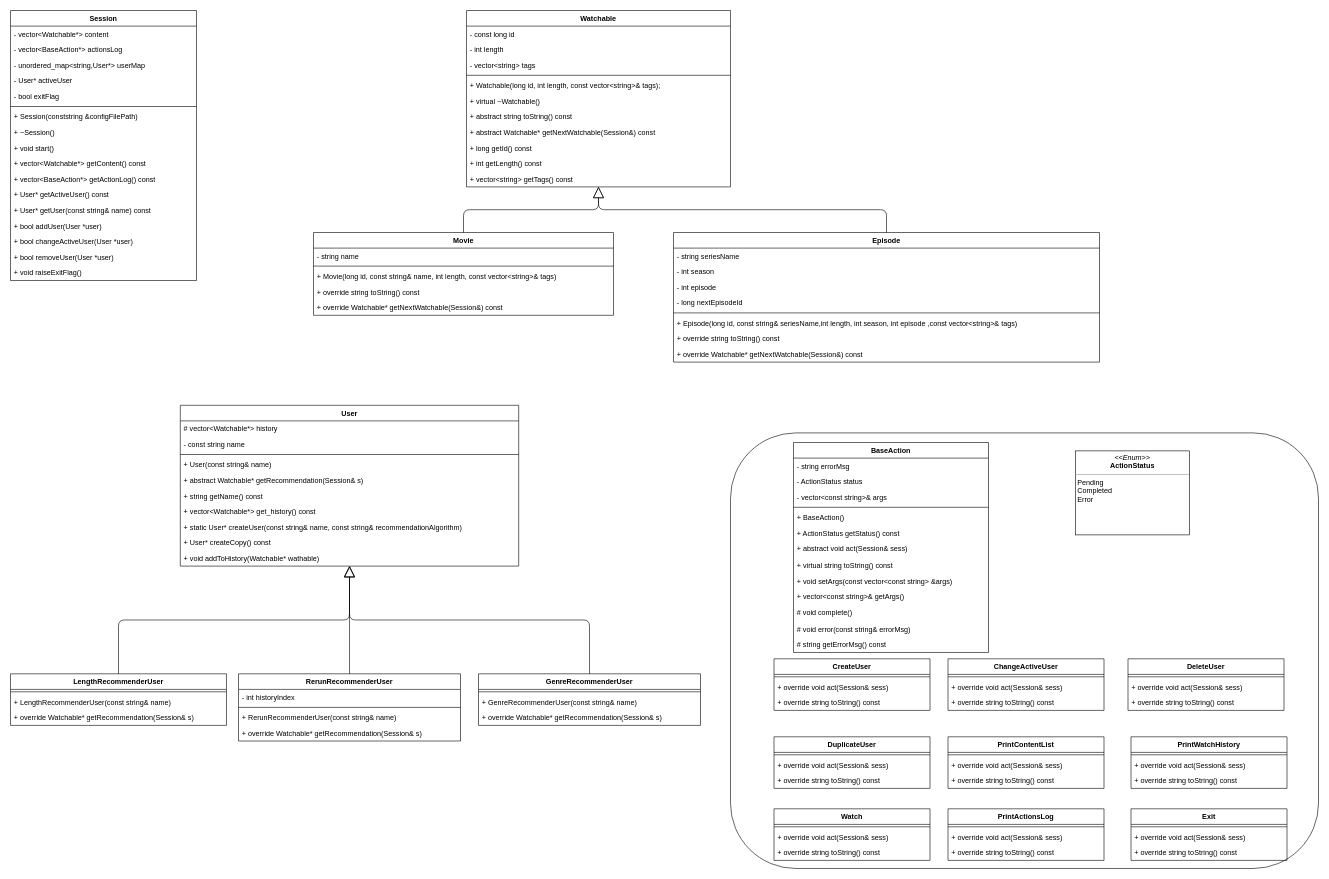
This is uml.drawio from boaz23/SPL-Assignment1, a draw.io file, before an edit. Source tidied: cells renumbered, new cells numbered last; positions are measured from the earlier drawing's top-left corner, leaving out a move shared by most shapes. Both pictures are drawn from the tidied source at 60%, with x=0, y=0 at pixel (10, 10).
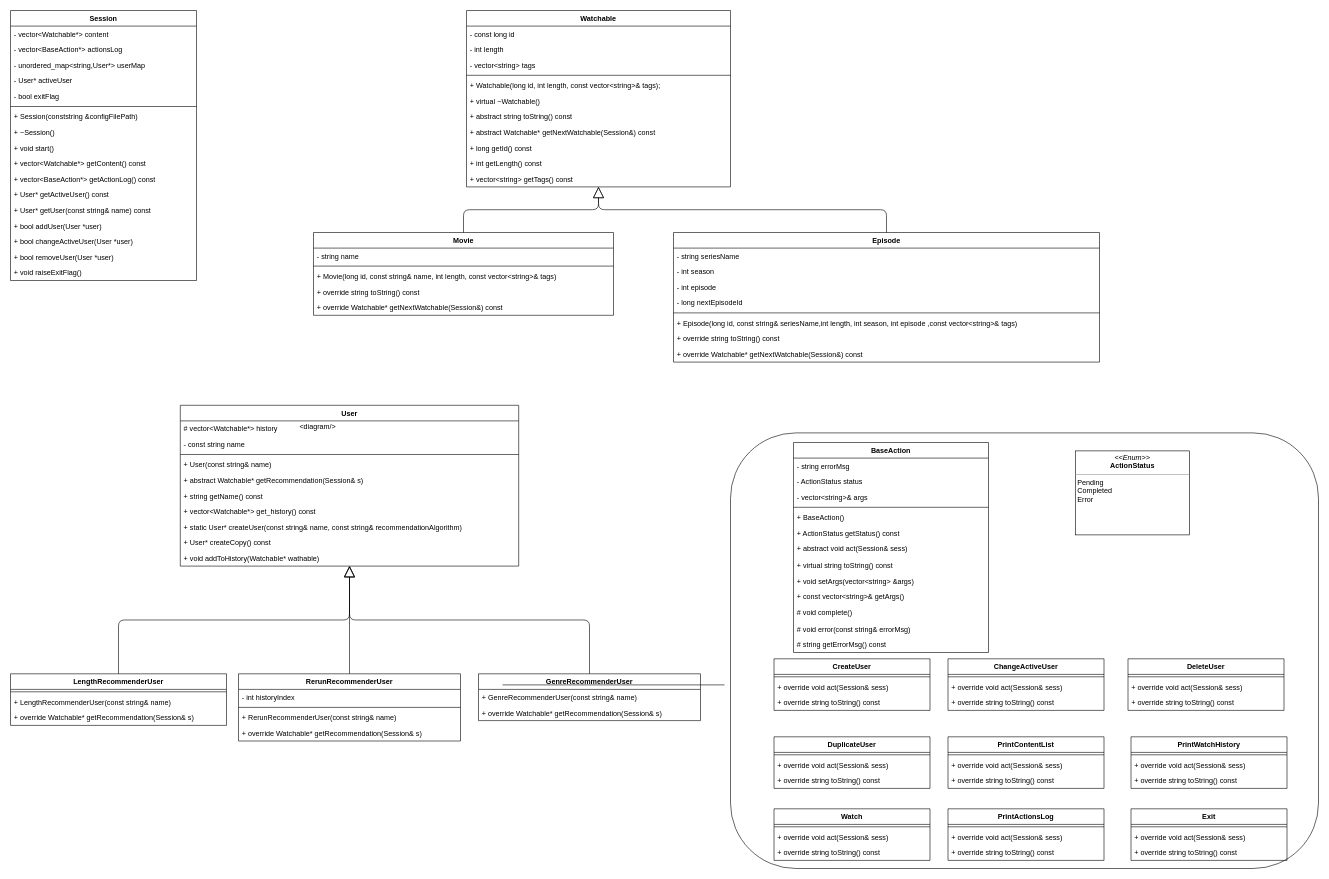
Above is the later version.

Unchanged cells that the change refers to:
```xml
<mxCell id="77" value="BaseAction" style="swimlane;fontStyle=1;align=center;verticalAlign=top;horizontal=1;startSize=26;" parent="1" vertex="1">
  <mxGeometry x="1305" y="720" width="325" height="350" as="geometry" />
</mxCell>
```

Diff of the diagram source:
```diff
@@
     <mxCell id="71" value="GenreRecommenderUser" style="swimlane;fontStyle=1;align=center;verticalAlign=top;horizontal=1;startSize=26;" parent="1" vertex="1">
-      <mxGeometry x="780" y="1105.5" width="370" height="86" as="geometry" />
+      <mxGeometry x="780" y="1105.5" width="370" height="78" as="geometry" />
     </mxCell>
-    <mxCell id="72" style="line;strokeWidth=1;fillColor=none;align=left;verticalAlign=middle;spacingTop=-1;spacingLeft=3;spacingRight=3;labelPosition=right;" parent="71" vertex="1">
-      <mxGeometry y="26" width="370" height="8" as="geometry" />
-    </mxCell>
     <mxCell id="73" value="+ GenreRecommenderUser(const string&amp; name)" style="text;strokeColor=none;fillColor=none;align=left;verticalAlign=top;spacingLeft=4;spacingRight=4;overflow=hidden;" parent="71" vertex="1">
-      <mxGeometry y="34" width="370" height="26" as="geometry" />
+      <mxGeometry y="26" width="370" height="26" as="geometry" />
     </mxCell>
     <mxCell id="74" value="+ override Watchable* getRecommendation(Session&amp; s)" style="text;strokeColor=none;fillColor=none;align=left;verticalAlign=top;spacingLeft=4;spacingRight=4;overflow=hidden;" parent="71" vertex="1">
-      <mxGeometry y="60" width="370" height="26" as="geometry" />
+      <mxGeometry y="52" width="370" height="26" as="geometry" />
     </mxCell>
@@
-    <mxCell id="80" value="- vector&lt;const string&gt;&amp; args" style="text;strokeColor=none;fillColor=none;align=left;verticalAlign=top;spacingLeft=4;spacingRight=4;overflow=hidden;" parent="77" vertex="1">
+    <mxCell id="80" value="- vector&lt;string&gt;&amp; args" style="text;strokeColor=none;fillColor=none;align=left;verticalAlign=top;spacingLeft=4;spacingRight=4;overflow=hidden;" parent="77" vertex="1">
       <mxGeometry y="78" width="325" height="26" as="geometry" />
     </mxCell>
@@
-    <mxCell id="86" value="+ void setArgs(const vector&lt;const string&gt; &amp;args)" style="text;strokeColor=none;fillColor=none;align=left;verticalAlign=top;spacingLeft=4;spacingRight=4;overflow=hidden;" parent="77" vertex="1">
+    <mxCell id="86" value="+ void setArgs(vector&lt;string&gt; &amp;args)" style="text;strokeColor=none;fillColor=none;align=left;verticalAlign=top;spacingLeft=4;spacingRight=4;overflow=hidden;" parent="77" vertex="1">
       <mxGeometry y="218" width="325" height="26" as="geometry" />
     </mxCell>
-    <mxCell id="87" value="+ vector&lt;const string&gt;&amp; getArgs()" style="text;strokeColor=none;fillColor=none;align=left;verticalAlign=top;spacingLeft=4;spacingRight=4;overflow=hidden;" parent="77" vertex="1">
+    <mxCell id="87" value="+ const vector&lt;string&gt;&amp; getArgs()" style="text;strokeColor=none;fillColor=none;align=left;verticalAlign=top;spacingLeft=4;spacingRight=4;overflow=hidden;" parent="77" vertex="1">
       <mxGeometry y="244" width="325" height="26" as="geometry" />
     </mxCell>
@@
+    <mxCell id="72" style="line;strokeWidth=1;fillColor=none;align=left;verticalAlign=middle;spacingTop=-1;spacingLeft=3;spacingRight=3;labelPosition=right;" parent="1" vertex="1">
+      <mxGeometry x="820" y="1120" width="370" height="8" as="geometry" />
+    </mxCell>
+    <mxCell id="128" value="&amp;lt;diagram/&amp;gt;" style="text;html=1;" parent="1" vertex="1">
+      <mxGeometry x="480" y="680" width="100" height="30" as="geometry" />
+    </mxCell>
```
